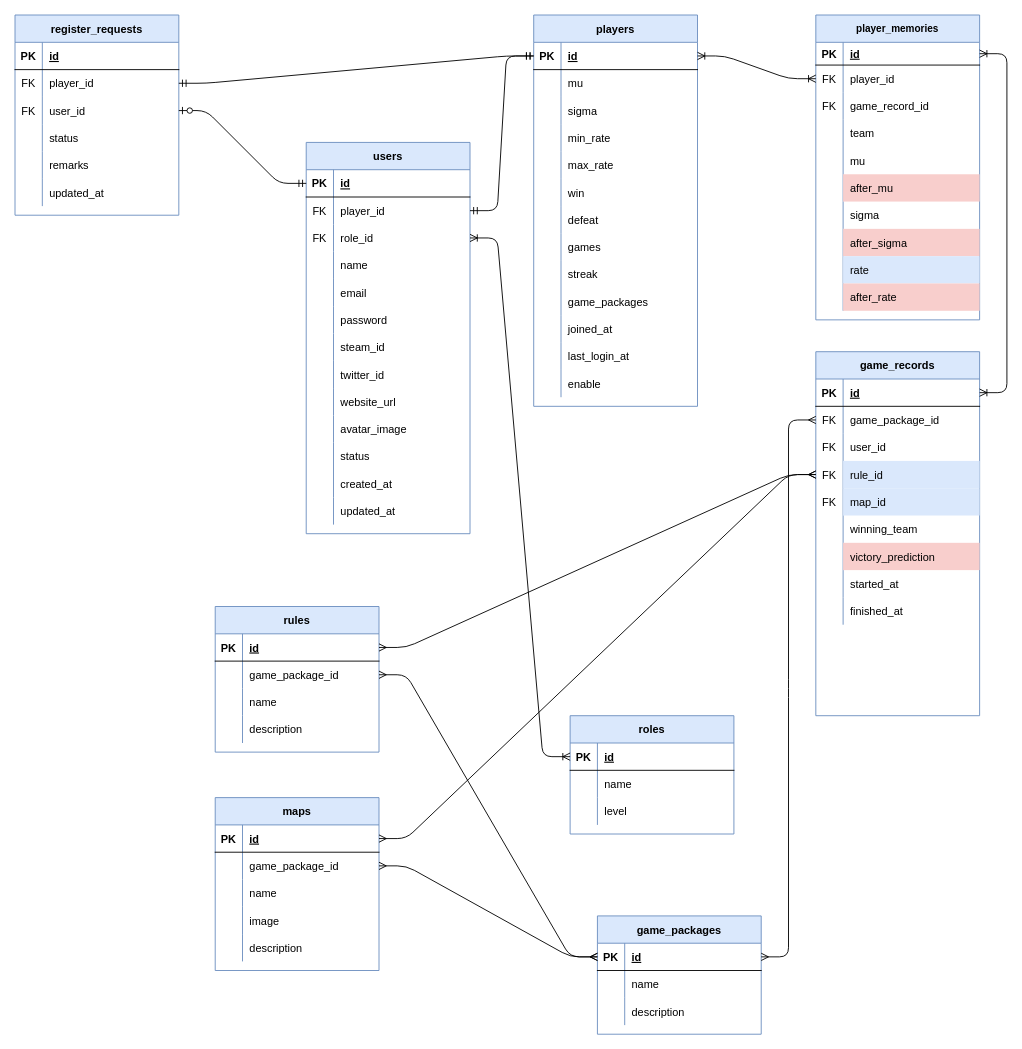
sokorahen-szk/warzone-aoe keeps this draw.io diagram as docs/wzn_テーブル設計.drawio. Above is the earlier version. Source tidied: cells renumbered, new cells numbered last; positions are measured from the earlier drawing's top-left corner, leaving out a move shared by most shapes. Both pictures are drawn from the tidied source at 91%, with x=0, y=0 at pixel (15, 15).
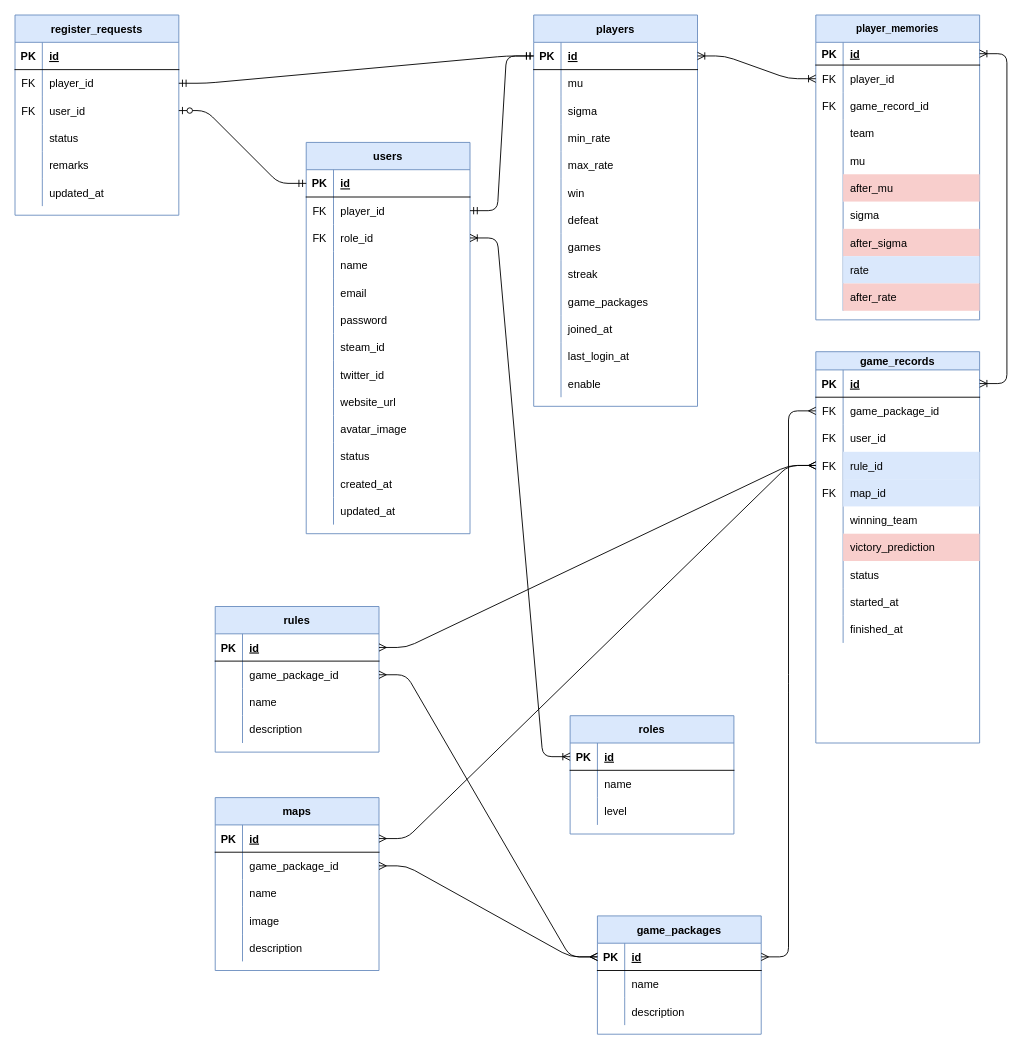
Above is the later version.

Unchanged cells that the change refers to:
```xml
<mxCell id="31" style="shape=partialRectangle;fillColor=none;top=0;left=0;bottom=1;right=0;points=[[0,0.5],[1,0.5]];portConstraint=eastwest;" parent="30" vertex="1">
  <mxGeometry y="30" width="180" height="25" as="geometry" />
</mxCell>
```

The edit, as a diff of the source:
```diff
@@
-    <mxCell id="2" value="game_records" style="shape=table;startSize=30;childLayout=tableLayout;rowLines=0;fontStyle=1;align=center;fillColor=#dae8fc;strokeColor=#6c8ebf;" parent="1" vertex="1">
-      <mxGeometry x="880" y="370" width="180" height="400" as="geometry" />
+    <mxCell id="2" value="game_records" style="shape=table;startSize=20;childLayout=tableLayout;rowLines=0;fontStyle=1;align=center;fillColor=#dae8fc;strokeColor=#6c8ebf;" parent="1" vertex="1">
+      <mxGeometry x="880" y="370" width="180" height="430" as="geometry" />
     </mxCell>
     <mxCell id="3" style="shape=partialRectangle;fillColor=none;top=0;left=0;bottom=1;right=0;points=[[0,0.5],[1,0.5]];portConstraint=eastwest;" parent="2" vertex="1">
-      <mxGeometry y="30" width="180" height="30" as="geometry" />
+      <mxGeometry y="20" width="180" height="30" as="geometry" />
     </mxCell>
@@
     <mxCell id="6" style="shape=partialRectangle;fillColor=none;top=0;left=0;bottom=0;right=0;points=[[0,0.5],[1,0.5]];portConstraint=eastwest;" parent="2" vertex="1">
-      <mxGeometry y="60" width="180" height="30" as="geometry" />
+      <mxGeometry y="50" width="180" height="30" as="geometry" />
     </mxCell>
@@
     <mxCell id="9" style="shape=partialRectangle;fillColor=none;top=0;left=0;bottom=0;right=0;" parent="2" vertex="1">
-      <mxGeometry y="90" width="180" height="30" as="geometry" />
+      <mxGeometry y="80" width="180" height="30" as="geometry" />
     </mxCell>
@@
     <mxCell id="12" style="shape=partialRectangle;fillColor=none;top=0;left=0;bottom=0;right=0;points=[[0,0.5],[1,0.5]];portConstraint=eastwest;" parent="2" vertex="1">
-      <mxGeometry y="120" width="180" height="30" as="geometry" />
+      <mxGeometry y="110" width="180" height="30" as="geometry" />
     </mxCell>
@@
     <mxCell id="15" style="shape=partialRectangle;fillColor=none;top=0;left=0;bottom=0;right=0;" parent="2" vertex="1">
-      <mxGeometry y="150" width="180" height="30" as="geometry" />
+      <mxGeometry y="140" width="180" height="30" as="geometry" />
     </mxCell>
@@
     <mxCell id="18" style="shape=partialRectangle;fillColor=none;top=0;left=0;bottom=0;right=0;" parent="2" vertex="1">
-      <mxGeometry y="180" width="180" height="30" as="geometry" />
+      <mxGeometry y="170" width="180" height="30" as="geometry" />
     </mxCell>
@@
     <mxCell id="21" style="shape=partialRectangle;fillColor=none;top=0;left=0;bottom=0;right=0;" parent="2" vertex="1">
-      <mxGeometry y="210" width="180" height="30" as="geometry" />
+      <mxGeometry y="200" width="180" height="30" as="geometry" />
     </mxCell>
@@
     <mxCell id="24" style="shape=partialRectangle;fillColor=none;top=0;left=0;bottom=0;right=0;" parent="2" vertex="1">
-      <mxGeometry y="240" width="180" height="30" as="geometry" />
+      <mxGeometry y="230" width="180" height="30" as="geometry" />
     </mxCell>
@@
-    <mxCell id="26" value="started_at" style="shape=partialRectangle;top=0;left=0;bottom=0;right=0;align=left;spacingLeft=6;overflow=hidden;strokeColor=#b85450;fillColor=none;" parent="24" vertex="1">
+    <mxCell id="26" value="status" style="shape=partialRectangle;top=0;left=0;bottom=0;right=0;align=left;spacingLeft=6;overflow=hidden;strokeColor=#b85450;fillColor=none;" parent="24" vertex="1">
       <mxGeometry x="30" width="150" height="30" as="geometry" />
     </mxCell>
     <mxCell id="27" style="shape=partialRectangle;fillColor=none;top=0;left=0;bottom=0;right=0;" parent="2" vertex="1">
-      <mxGeometry y="270" width="180" height="30" as="geometry" />
+      <mxGeometry y="260" width="180" height="30" as="geometry" />
     </mxCell>
@@
-    <mxCell id="29" value="finished_at" style="shape=partialRectangle;top=0;left=0;bottom=0;right=0;align=left;spacingLeft=6;overflow=hidden;strokeColor=#b85450;fillColor=none;" parent="27" vertex="1">
+    <mxCell id="29" value="started_at" style="shape=partialRectangle;top=0;left=0;bottom=0;right=0;align=left;spacingLeft=6;overflow=hidden;strokeColor=#b85450;fillColor=none;" parent="27" vertex="1">
       <mxGeometry x="30" width="150" height="30" as="geometry" />
     </mxCell>
+    <mxCell id="220" style="shape=partialRectangle;fillColor=none;top=0;left=0;bottom=0;right=0;" parent="2" vertex="1">
+      <mxGeometry y="290" width="180" height="30" as="geometry" />
+    </mxCell>
+    <mxCell id="221" style="shape=partialRectangle;fillColor=none;top=0;left=0;bottom=0;right=0;overflow=hidden;" parent="220" vertex="1">
+      <mxGeometry width="30" height="30" as="geometry" />
+    </mxCell>
+    <mxCell id="222" value="finished_at" style="shape=partialRectangle;top=0;left=0;bottom=0;right=0;align=left;spacingLeft=6;overflow=hidden;strokeColor=#b85450;fillColor=none;" parent="220" vertex="1">
+      <mxGeometry x="30" width="150" height="30" as="geometry" />
+    </mxCell>
@@
-    <mxCell id="101" style="edgeStyle=entityRelationEdgeStyle;fontSize=12;html=1;endArrow=ERoneToMany;startArrow=ERoneToMany;entryX=1;entryY=0.5;entryDx=0;entryDy=0;exitX=1;exitY=0.5;exitDx=0;exitDy=0;" parent="1" edge="1" source="3" target="31">
+    <mxCell id="101" style="edgeStyle=entityRelationEdgeStyle;fontSize=12;html=1;endArrow=ERoneToMany;startArrow=ERoneToMany;entryX=1;entryY=0.5;entryDx=0;entryDy=0;exitX=1;exitY=0.5;exitDx=0;exitDy=0;endFill=0;" parent="1" edge="1" source="3" target="31">
       <mxGeometry relative="1" as="geometry" />
     </mxCell>
```
